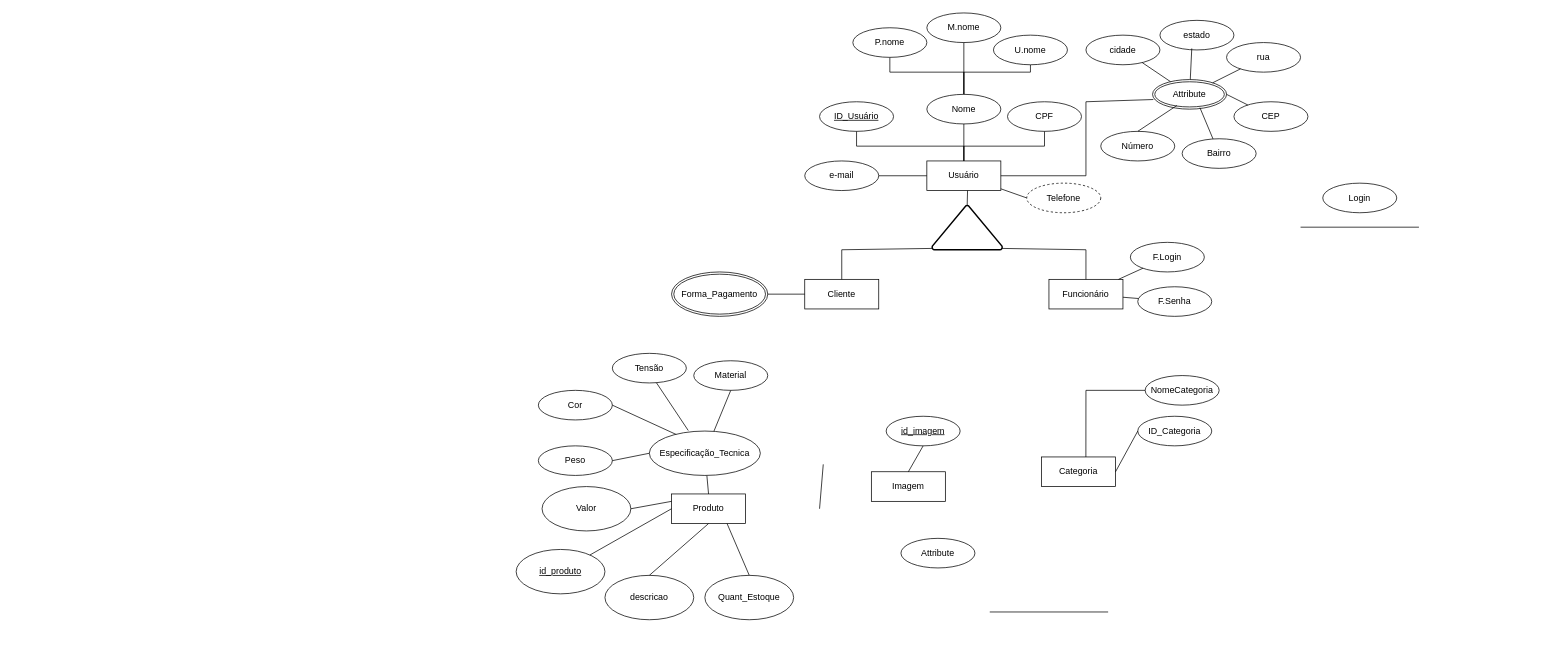
Teroriata/BANCO-DE-DADOS-2025.2 keeps this draw.io diagram as Mind.drawio. Above is the earlier version. Source tidied: cells renumbered, new cells numbered last; positions are measured from the earlier drawing's top-left corner, leaving out a move shared by most shapes. Both pictures are drawn from the tidied source at 74%, with x=0, y=0 at pixel (516, 13).
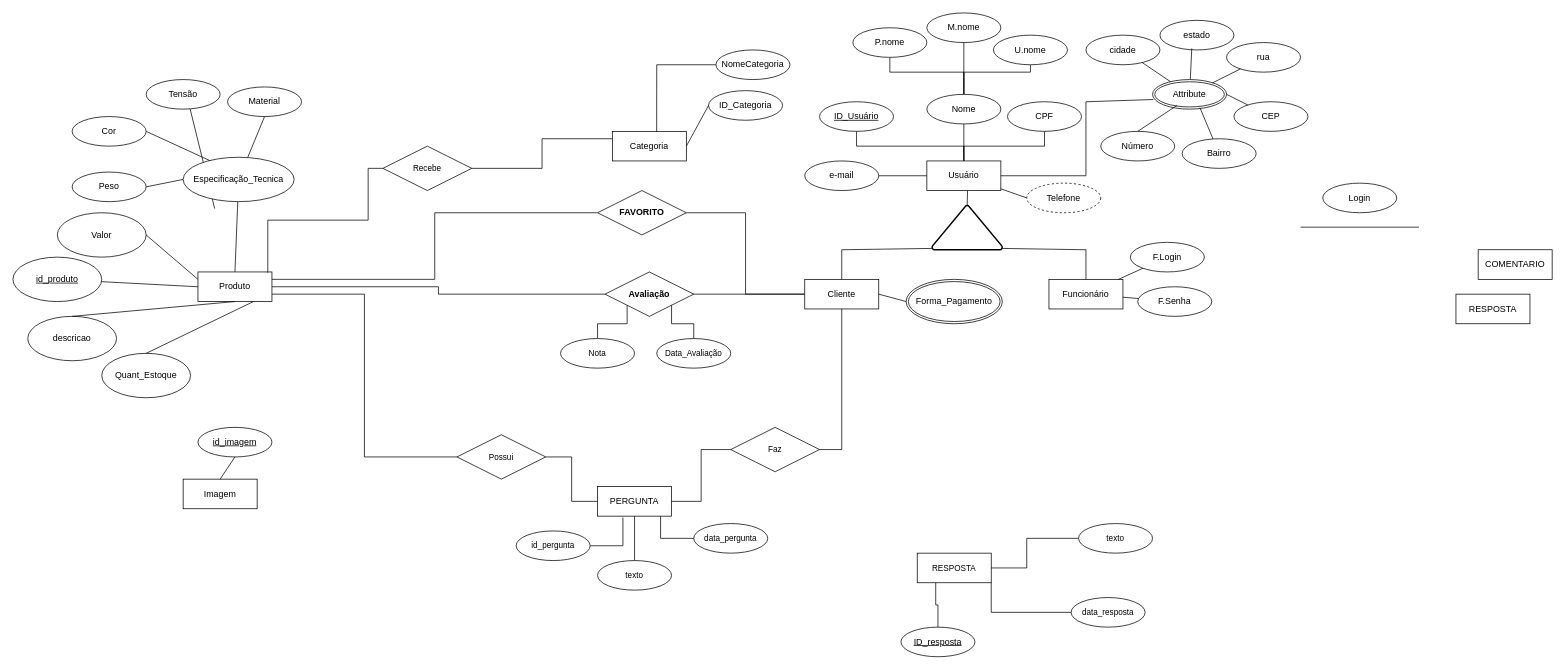
The same page after the edit.

Unchanged cells that the change refers to:
```xml
<mxCell id="2" value="Cliente" style="whiteSpace=wrap;html=1;align=center;" parent="1" vertex="1">
  <mxGeometry x="390" y="360" width="100" height="40" as="geometry" />
</mxCell>
<mxCell id="61" style="group;" parent="60" vertex="1">
  <mxGeometry y="180" width="375" height="180" as="geometry" />
</mxCell>
<mxCell id="63" value="Produto" style="whiteSpace=wrap;html=1;align=center;" parent="61" vertex="1">
  <mxGeometry x="210" y="10" width="100" height="40" as="geometry" />
</mxCell>
```

Diff of the diagram source:
```diff
@@
+    <mxCell id="81" style="edgeStyle=orthogonalEdgeStyle;rounded=0;jettySize=auto;html=1;entryX=1;entryY=0.5;entryDx=0;entryDy=0;endArrow=none;endFill=0;" parent="1" edge="1" source="2" target="88">
+      <mxGeometry relative="1" as="geometry" />
+    </mxCell>
+    <mxCell id="82" style="edgeStyle=orthogonalEdgeStyle;shape=connector;rounded=0;jettySize=auto;html=1;entryX=1;entryY=0.5;entryDx=0;entryDy=0;strokeColor=default;align=center;verticalAlign=middle;fontFamily=Helvetica;fontSize=11;fontColor=default;labelBackgroundColor=default;endArrow=none;endFill=0;" parent="1" edge="1" source="2" target="89">
+      <mxGeometry relative="1" as="geometry" />
+    </mxCell>
+    <mxCell id="83" style="edgeStyle=orthogonalEdgeStyle;shape=connector;rounded=0;jettySize=auto;html=1;entryX=1;entryY=0.5;entryDx=0;entryDy=0;strokeColor=default;align=center;verticalAlign=middle;fontFamily=Helvetica;fontSize=11;fontColor=default;labelBackgroundColor=default;endArrow=none;endFill=0;" parent="1" edge="1" source="2" target="97">
+      <mxGeometry relative="1" as="geometry" />
+    </mxCell>
@@
     <mxCell id="13" value="Forma_Pagamento" style="ellipse;shape=doubleEllipse;margin=3;whiteSpace=wrap;html=1;align=center;" parent="1" vertex="1">
-      <mxGeometry x="210" y="350" width="130" height="60" as="geometry" />
+      <mxGeometry x="527" y="360" width="130" height="60" as="geometry" />
     </mxCell>
-    <mxCell id="14" style="endArrow=none;html=1;rounded=0;exitX=1;exitY=0.5;exitDx=0;exitDy=0;entryX=0;entryY=0.5;entryDx=0;entryDy=0;" parent="1" edge="1" source="13" target="2">
-      <mxGeometry relative="1" as="geometry" />
+    <mxCell id="14" style="endArrow=none;html=1;rounded=0;exitX=0;exitY=0.5;exitDx=0;exitDy=0;" parent="1" edge="1" source="13">
+      <mxGeometry relative="1" as="geometry">
+        <mxPoint x="490" y="380" as="targetPoint" />
+      </mxGeometry>
     </mxCell>
-    <mxCell id="15" value="Categoria" style="whiteSpace=wrap;html=1;align=center;" parent="1" vertex="1">
-      <mxGeometry x="710" y="600" width="100" height="40" as="geometry" />
-    </mxCell>
-    <mxCell id="16" value="NomeCategoria" style="ellipse;whiteSpace=wrap;html=1;align=center;" parent="1" vertex="1">
-      <mxGeometry x="850" y="490" width="100" height="40" as="geometry" />
-    </mxCell>
-    <mxCell id="17" value="ID_Categoria" style="ellipse;whiteSpace=wrap;html=1;align=center;" parent="1" vertex="1">
-      <mxGeometry x="840" y="545" width="100" height="40" as="geometry" />
-    </mxCell>
-    <mxCell id="18" style="endArrow=none;html=1;rounded=0;" parent="1" edge="1">
-      <mxGeometry relative="1" as="geometry">
-        <mxPoint x="640" y="809.5" as="sourcePoint" />
-        <mxPoint x="800" y="809.5" as="targetPoint" />
-      </mxGeometry>
-    </mxCell>
-    <mxCell id="19" style="endArrow=none;html=1;rounded=0;exitX=0.599;exitY=0.001;exitDx=0;exitDy=0;exitPerimeter=0;entryX=0;entryY=0.5;entryDx=0;entryDy=0;" parent="1" edge="1" source="15" target="16">
-      <mxGeometry relative="1" as="geometry">
-        <Array as="points">
-          <mxPoint x="770" y="510" />
-        </Array>
-      </mxGeometry>
-    </mxCell>
-    <mxCell id="20" style="endArrow=none;html=1;rounded=0;exitX=1;exitY=0.5;exitDx=0;exitDy=0;entryX=0;entryY=0.5;entryDx=0;entryDy=0;" parent="1" edge="1" source="15" target="17">
-      <mxGeometry relative="1" as="geometry" />
-    </mxCell>
     <mxCell id="21" value="Imagem" style="whiteSpace=wrap;html=1;align=center;" parent="1" vertex="1">
-      <mxGeometry x="480" y="620" width="100" height="40" as="geometry" />
+      <mxGeometry x="-450" y="630" width="100" height="40" as="geometry" />
     </mxCell>
     <mxCell id="22" value="id_imagem " style="ellipse;whiteSpace=wrap;html=1;align=center;fontStyle=4;" parent="1" vertex="1">
-      <mxGeometry x="500" y="545" width="100" height="40" as="geometry" />
+      <mxGeometry x="-430" y="560" width="100" height="40" as="geometry" />
     </mxCell>
@@
+    <mxCell id="84" style="edgeStyle=orthogonalEdgeStyle;shape=connector;rounded=0;jettySize=auto;html=1;entryX=0.25;entryY=1;entryDx=0;entryDy=0;strokeColor=default;align=center;verticalAlign=middle;fontFamily=Helvetica;fontSize=11;fontColor=default;labelBackgroundColor=default;endArrow=none;endFill=0;" parent="1" edge="1" source="24" target="111">
+      <mxGeometry relative="1" as="geometry" />
+    </mxCell>
-    <mxCell id="24" value="Attribute" style="ellipse;whiteSpace=wrap;html=1;align=center;" parent="1" vertex="1">
-      <mxGeometry x="520" y="710" width="100" height="40" as="geometry" />
+    <mxCell id="24" value="&lt;u&gt;ID_resposta  &lt;/u&gt;" style="ellipse;whiteSpace=wrap;html=1;align=center;" parent="1" vertex="1">
+      <mxGeometry x="520" y="830" width="100" height="40" as="geometry" />
     </mxCell>
@@
-    <mxCell id="59" style="endArrow=none;html=1;rounded=0;exitX=0.5;exitY=0;exitDx=0;exitDy=0;entryX=0.56;entryY=1.001;entryDx=0;entryDy=0;entryPerimeter=0;" parent="1" edge="1">
-      <mxGeometry relative="1" as="geometry">
-        <mxPoint x="410" y="670" as="sourcePoint" />
-        <mxPoint x="415" y="610" as="targetPoint" />
-      </mxGeometry>
-    </mxCell>
     <mxCell id="60" style="group;" parent="1" vertex="1">
-      <mxGeometry y="460" width="375" height="360" as="geometry" />
+      <mxGeometry x="-640" y="160" width="375" height="360" as="geometry" />
     </mxCell>
@@
     <mxCell id="62" value="descricao " style="ellipse;whiteSpace=wrap;html=1;align=center;" parent="61" vertex="1">
-      <mxGeometry x="120" y="120" width="120" height="60" as="geometry" />
+      <mxGeometry x="-20" y="70" width="120" height="60" as="geometry" />
     </mxCell>
@@
     <mxCell id="64" value="id_produto " style="ellipse;whiteSpace=wrap;html=1;align=center;fontStyle=4;" parent="61" vertex="1">
-      <mxGeometry y="85" width="120" height="60" as="geometry" />
+      <mxGeometry x="-40" y="-10" width="120" height="60" as="geometry" />
     </mxCell>
-    <mxCell id="65" value="Valor" style="ellipse;whiteSpace=wrap;html=1;align=center;" parent="61" vertex="1">
-      <mxGeometry x="35" width="120" height="60" as="geometry" />
-    </mxCell>
     <mxCell id="66" value="Quant_Estoque" style="ellipse;whiteSpace=wrap;html=1;align=center;" parent="61" vertex="1">
-      <mxGeometry x="255" y="120" width="120" height="60" as="geometry" />
+      <mxGeometry x="80" y="120" width="120" height="60" as="geometry" />
     </mxCell>
@@
-    <mxCell id="69" style="endArrow=none;html=1;rounded=0;exitX=1;exitY=0.5;exitDx=0;exitDy=0;entryX=0;entryY=0.25;entryDx=0;entryDy=0;" parent="61" edge="1" source="65" target="63">
-      <mxGeometry relative="1" as="geometry" />
-    </mxCell>
@@
     <mxCell id="72" value="Peso" style="ellipse;whiteSpace=wrap;html=1;align=center;" parent="60" vertex="1">
-      <mxGeometry x="30" y="125" width="100" height="40" as="geometry" />
+      <mxGeometry x="40" y="55" width="100" height="40" as="geometry" />
     </mxCell>
     <mxCell id="73" value="Cor" style="ellipse;whiteSpace=wrap;html=1;align=center;" parent="60" vertex="1">
-      <mxGeometry x="30" y="50" width="100" height="40" as="geometry" />
+      <mxGeometry x="40" y="-20" width="100" height="40" as="geometry" />
     </mxCell>
     <mxCell id="74" value="Tensão" style="ellipse;whiteSpace=wrap;html=1;align=center;" parent="60" vertex="1">
-      <mxGeometry x="130" width="100" height="40" as="geometry" />
+      <mxGeometry x="140" y="-70" width="100" height="40" as="geometry" />
     </mxCell>
     <mxCell id="75" value="Material" style="ellipse;whiteSpace=wrap;html=1;align=center;" parent="60" vertex="1">
-      <mxGeometry x="240" y="10" width="100" height="40" as="geometry" />
+      <mxGeometry x="250" y="-60" width="100" height="40" as="geometry" />
     </mxCell>
@@
     <mxCell id="80" value="Especificação_Tecnica" style="ellipse;whiteSpace=wrap;html=1;align=center;" parent="60" vertex="1">
-      <mxGeometry x="180" y="105" width="150" height="60" as="geometry" />
+      <mxGeometry x="190" y="35" width="150" height="60" as="geometry" />
     </mxCell>
+    <mxCell id="65" value="Valor" style="ellipse;whiteSpace=wrap;html=1;align=center;" parent="60" vertex="1">
+      <mxGeometry x="20" y="110" width="120" height="60" as="geometry" />
+    </mxCell>
+    <mxCell id="69" style="endArrow=none;html=1;rounded=0;exitX=1;exitY=0.5;exitDx=0;exitDy=0;entryX=0;entryY=0.25;entryDx=0;entryDy=0;" parent="60" edge="1" source="65" target="63">
+      <mxGeometry relative="1" as="geometry" />
+    </mxCell>
+    <mxCell id="85" value="COMENTARIO" style="whiteSpace=wrap;html=1;align=center;" parent="1" vertex="1">
+      <mxGeometry x="1300" y="320" width="100" height="40" as="geometry" />
+    </mxCell>
+    <mxCell id="86" value="RESPOSTA" style="whiteSpace=wrap;html=1;align=center;" parent="1" vertex="1">
+      <mxGeometry x="1270" y="380" width="100" height="40" as="geometry" />
+    </mxCell>
+    <mxCell id="87" style="edgeStyle=orthogonalEdgeStyle;shape=connector;rounded=0;jettySize=auto;html=1;entryX=1;entryY=0.25;entryDx=0;entryDy=0;strokeColor=default;align=center;verticalAlign=middle;fontFamily=Helvetica;fontSize=11;fontColor=default;labelBackgroundColor=default;endArrow=none;endFill=0;" parent="1" edge="1" source="88" target="63">
+      <mxGeometry relative="1" as="geometry" />
+    </mxCell>
+    <mxCell id="88" value="&lt;strong&gt;FAVORITO&lt;/strong&gt;" style="shape=rhombus;perimeter=rhombusPerimeter;whiteSpace=wrap;html=1;align=center;" parent="1" vertex="1">
+      <mxGeometry x="110" y="240" width="120" height="60" as="geometry" />
+    </mxCell>
+    <mxCell id="89" value="&lt;strong&gt;Avaliação&lt;/strong&gt;" style="shape=rhombus;perimeter=rhombusPerimeter;whiteSpace=wrap;html=1;align=center;" parent="1" vertex="1">
+      <mxGeometry x="120" y="350" width="120" height="60" as="geometry" />
+    </mxCell>
+    <mxCell id="90" style="edgeStyle=orthogonalEdgeStyle;shape=connector;rounded=0;jettySize=auto;html=1;strokeColor=default;align=center;verticalAlign=middle;fontFamily=Helvetica;fontSize=11;fontColor=default;labelBackgroundColor=default;endArrow=none;endFill=0;entryX=0;entryY=1;entryDx=0;entryDy=0;" parent="1" edge="1" source="91" target="89">
+      <mxGeometry relative="1" as="geometry" />
+    </mxCell>
+    <mxCell id="91" value="Nota" style="ellipse;whiteSpace=wrap;html=1;align=center;fontFamily=Helvetica;fontSize=11;fontColor=default;labelBackgroundColor=default;" parent="1" vertex="1">
+      <mxGeometry x="60" y="440" width="100" height="40" as="geometry" />
+    </mxCell>
+    <mxCell id="92" style="edgeStyle=orthogonalEdgeStyle;shape=connector;rounded=0;jettySize=auto;html=1;entryX=1;entryY=1;entryDx=0;entryDy=0;strokeColor=default;align=center;verticalAlign=middle;fontFamily=Helvetica;fontSize=11;fontColor=default;labelBackgroundColor=default;endArrow=none;endFill=0;" parent="1" edge="1" source="93" target="89">
+      <mxGeometry relative="1" as="geometry" />
+    </mxCell>
+    <mxCell id="93" value="Data_Avaliação" style="ellipse;whiteSpace=wrap;html=1;align=center;fontFamily=Helvetica;fontSize=11;fontColor=default;labelBackgroundColor=default;" parent="1" vertex="1">
+      <mxGeometry x="190" y="440" width="100" height="40" as="geometry" />
+    </mxCell>
+    <mxCell id="94" style="edgeStyle=orthogonalEdgeStyle;shape=connector;rounded=0;jettySize=auto;html=1;entryX=0;entryY=0.5;entryDx=0;entryDy=0;strokeColor=default;align=center;verticalAlign=middle;fontFamily=Helvetica;fontSize=11;fontColor=default;labelBackgroundColor=default;endArrow=none;endFill=0;" parent="1" edge="1" source="63" target="89">
+      <mxGeometry relative="1" as="geometry" />
+    </mxCell>
+    <mxCell id="95" value="PERGUNTA" style="whiteSpace=wrap;html=1;align=center;" parent="1" vertex="1">
+      <mxGeometry x="110" y="640" width="100" height="40" as="geometry" />
+    </mxCell>
+    <mxCell id="96" style="edgeStyle=orthogonalEdgeStyle;shape=connector;rounded=0;jettySize=auto;html=1;entryX=1;entryY=0.5;entryDx=0;entryDy=0;strokeColor=default;align=center;verticalAlign=middle;fontFamily=Helvetica;fontSize=11;fontColor=default;labelBackgroundColor=default;endArrow=none;endFill=0;" parent="1" edge="1" source="97" target="95">
+      <mxGeometry relative="1" as="geometry" />
+    </mxCell>
+    <mxCell id="97" value="Faz" style="shape=rhombus;perimeter=rhombusPerimeter;whiteSpace=wrap;html=1;align=center;fontFamily=Helvetica;fontSize=11;fontColor=default;labelBackgroundColor=default;" parent="1" vertex="1">
+      <mxGeometry x="290" y="560" width="120" height="60" as="geometry" />
+    </mxCell>
+    <mxCell id="98" style="edgeStyle=orthogonalEdgeStyle;shape=connector;rounded=0;jettySize=auto;html=1;entryX=0;entryY=0.5;entryDx=0;entryDy=0;strokeColor=default;align=center;verticalAlign=middle;fontFamily=Helvetica;fontSize=11;fontColor=default;labelBackgroundColor=default;endArrow=none;endFill=0;" parent="1" edge="1" source="100" target="95">
+      <mxGeometry relative="1" as="geometry" />
+    </mxCell>
+    <mxCell id="99" style="edgeStyle=orthogonalEdgeStyle;shape=connector;rounded=0;jettySize=auto;html=1;entryX=1;entryY=0.75;entryDx=0;entryDy=0;strokeColor=default;align=center;verticalAlign=middle;fontFamily=Helvetica;fontSize=11;fontColor=default;labelBackgroundColor=default;endArrow=none;endFill=0;" parent="1" edge="1" source="100" target="63">
+      <mxGeometry relative="1" as="geometry" />
+    </mxCell>
+    <mxCell id="100" value="Possui" style="shape=rhombus;perimeter=rhombusPerimeter;whiteSpace=wrap;html=1;align=center;fontFamily=Helvetica;fontSize=11;fontColor=default;labelBackgroundColor=default;" parent="1" vertex="1">
+      <mxGeometry x="-80" y="570" width="120" height="60" as="geometry" />
+    </mxCell>
+    <mxCell id="101" value="id_pergunta " style="ellipse;whiteSpace=wrap;html=1;align=center;fontFamily=Helvetica;fontSize=11;fontColor=default;labelBackgroundColor=default;" parent="1" vertex="1">
+      <mxGeometry y="700" width="100" height="40" as="geometry" />
+    </mxCell>
+    <mxCell id="102" style="edgeStyle=orthogonalEdgeStyle;shape=connector;rounded=0;jettySize=auto;html=1;entryX=0.5;entryY=1;entryDx=0;entryDy=0;strokeColor=default;align=center;verticalAlign=middle;fontFamily=Helvetica;fontSize=11;fontColor=default;labelBackgroundColor=default;endArrow=none;endFill=0;" parent="1" edge="1" source="103" target="95">
+      <mxGeometry relative="1" as="geometry" />
+    </mxCell>
+    <mxCell id="103" value="texto" style="ellipse;whiteSpace=wrap;html=1;align=center;fontFamily=Helvetica;fontSize=11;fontColor=default;labelBackgroundColor=default;" parent="1" vertex="1">
+      <mxGeometry x="110" y="740" width="100" height="40" as="geometry" />
+    </mxCell>
+    <mxCell id="104" value="data_pergunta" style="ellipse;whiteSpace=wrap;html=1;align=center;fontFamily=Helvetica;fontSize=11;fontColor=default;labelBackgroundColor=default;" parent="1" vertex="1">
+      <mxGeometry x="240" y="690" width="100" height="40" as="geometry" />
+    </mxCell>
+    <mxCell id="105" style="edgeStyle=orthogonalEdgeStyle;shape=connector;rounded=0;jettySize=auto;html=1;entryX=0.852;entryY=1.004;entryDx=0;entryDy=0;entryPerimeter=0;strokeColor=default;align=center;verticalAlign=middle;fontFamily=Helvetica;fontSize=11;fontColor=default;labelBackgroundColor=default;endArrow=none;endFill=0;" parent="1" edge="1" source="104" target="95">
+      <mxGeometry relative="1" as="geometry" />
+    </mxCell>
+    <mxCell id="106" style="edgeStyle=orthogonalEdgeStyle;shape=connector;rounded=0;jettySize=auto;html=1;entryX=0.343;entryY=1.046;entryDx=0;entryDy=0;entryPerimeter=0;strokeColor=default;align=center;verticalAlign=middle;fontFamily=Helvetica;fontSize=11;fontColor=default;labelBackgroundColor=default;endArrow=none;endFill=0;" parent="1" edge="1" source="101" target="95">
+      <mxGeometry relative="1" as="geometry" />
+    </mxCell>
+    <mxCell id="107" style="group;" parent="1" vertex="1">
+      <mxGeometry x="130" y="50" width="240" height="150" as="geometry" />
+    </mxCell>
+    <mxCell id="15" value="Categoria" style="whiteSpace=wrap;html=1;align=center;" parent="107" vertex="1">
+      <mxGeometry y="110" width="100" height="40" as="geometry" />
+    </mxCell>
+    <mxCell id="16" value="NomeCategoria" style="ellipse;whiteSpace=wrap;html=1;align=center;" parent="107" vertex="1">
+      <mxGeometry x="140" width="100" height="40" as="geometry" />
+    </mxCell>
+    <mxCell id="17" value="ID_Categoria" style="ellipse;whiteSpace=wrap;html=1;align=center;" parent="107" vertex="1">
+      <mxGeometry x="130" y="55" width="100" height="40" as="geometry" />
+    </mxCell>
+    <mxCell id="19" style="endArrow=none;html=1;rounded=0;exitX=0.599;exitY=0.001;exitDx=0;exitDy=0;exitPerimeter=0;entryX=0;entryY=0.5;entryDx=0;entryDy=0;" parent="107" edge="1" source="15" target="16">
+      <mxGeometry relative="1" as="geometry">
+        <Array as="points">
+          <mxPoint x="60" y="20" />
+        </Array>
+      </mxGeometry>
+    </mxCell>
+    <mxCell id="20" style="endArrow=none;html=1;rounded=0;exitX=1;exitY=0.5;exitDx=0;exitDy=0;entryX=0;entryY=0.5;entryDx=0;entryDy=0;" parent="107" edge="1" source="15" target="17">
+      <mxGeometry relative="1" as="geometry" />
+    </mxCell>
+    <mxCell id="108" style="edgeStyle=orthogonalEdgeStyle;shape=connector;rounded=0;jettySize=auto;html=1;entryX=0;entryY=0.25;entryDx=0;entryDy=0;strokeColor=default;align=center;verticalAlign=middle;fontFamily=Helvetica;fontSize=11;fontColor=default;labelBackgroundColor=default;endArrow=none;endFill=0;" parent="1" edge="1" source="110" target="15">
+      <mxGeometry relative="1" as="geometry" />
+    </mxCell>
+    <mxCell id="109" style="edgeStyle=orthogonalEdgeStyle;shape=connector;rounded=0;jettySize=auto;html=1;entryX=0.944;entryY=0.025;entryDx=0;entryDy=0;strokeColor=default;align=center;verticalAlign=middle;fontFamily=Helvetica;fontSize=11;fontColor=default;labelBackgroundColor=default;endArrow=none;endFill=0;entryPerimeter=0;" parent="1" edge="1" source="110" target="63">
+      <mxGeometry relative="1" as="geometry">
+        <Array as="points">
+          <mxPoint x="-200" y="210" />
+          <mxPoint x="-200" y="280" />
+          <mxPoint x="-336" y="280" />
+        </Array>
+      </mxGeometry>
+    </mxCell>
+    <mxCell id="110" value="Recebe" style="shape=rhombus;perimeter=rhombusPerimeter;whiteSpace=wrap;html=1;align=center;fontFamily=Helvetica;fontSize=11;fontColor=default;labelBackgroundColor=default;" parent="1" vertex="1">
+      <mxGeometry x="-180" y="180" width="120" height="60" as="geometry" />
+    </mxCell>
+    <mxCell id="111" value="RESPOSTA" style="whiteSpace=wrap;html=1;align=center;fontFamily=Helvetica;fontSize=11;fontColor=default;labelBackgroundColor=default;" parent="1" vertex="1">
+      <mxGeometry x="542" y="730" width="100" height="40" as="geometry" />
+    </mxCell>
+    <mxCell id="112" style="edgeStyle=orthogonalEdgeStyle;shape=connector;rounded=0;jettySize=auto;html=1;entryX=1;entryY=0.5;entryDx=0;entryDy=0;strokeColor=default;align=center;verticalAlign=middle;fontFamily=Helvetica;fontSize=11;fontColor=default;labelBackgroundColor=default;endArrow=none;endFill=0;exitX=0;exitY=0.5;exitDx=0;exitDy=0;" parent="1" edge="1" source="113" target="111">
+      <mxGeometry relative="1" as="geometry">
+        <Array as="points">
+          <mxPoint x="690" y="710" />
+          <mxPoint x="690" y="750" />
+        </Array>
+      </mxGeometry>
+    </mxCell>
+    <mxCell id="113" value="texto" style="ellipse;whiteSpace=wrap;html=1;align=center;fontFamily=Helvetica;fontSize=11;fontColor=default;labelBackgroundColor=default;" parent="1" vertex="1">
+      <mxGeometry x="760" y="690" width="100" height="40" as="geometry" />
+    </mxCell>
+    <mxCell id="114" style="edgeStyle=orthogonalEdgeStyle;shape=connector;rounded=0;jettySize=auto;html=1;entryX=1;entryY=1;entryDx=0;entryDy=0;strokeColor=default;align=center;verticalAlign=middle;fontFamily=Helvetica;fontSize=11;fontColor=default;labelBackgroundColor=default;endArrow=none;endFill=0;" parent="1" edge="1" source="115" target="111">
+      <mxGeometry relative="1" as="geometry" />
+    </mxCell>
+    <mxCell id="115" value="data_resposta" style="ellipse;whiteSpace=wrap;html=1;align=center;fontFamily=Helvetica;fontSize=11;fontColor=default;labelBackgroundColor=default;" parent="1" vertex="1">
+      <mxGeometry x="750" y="790" width="100" height="40" as="geometry" />
+    </mxCell>
```
